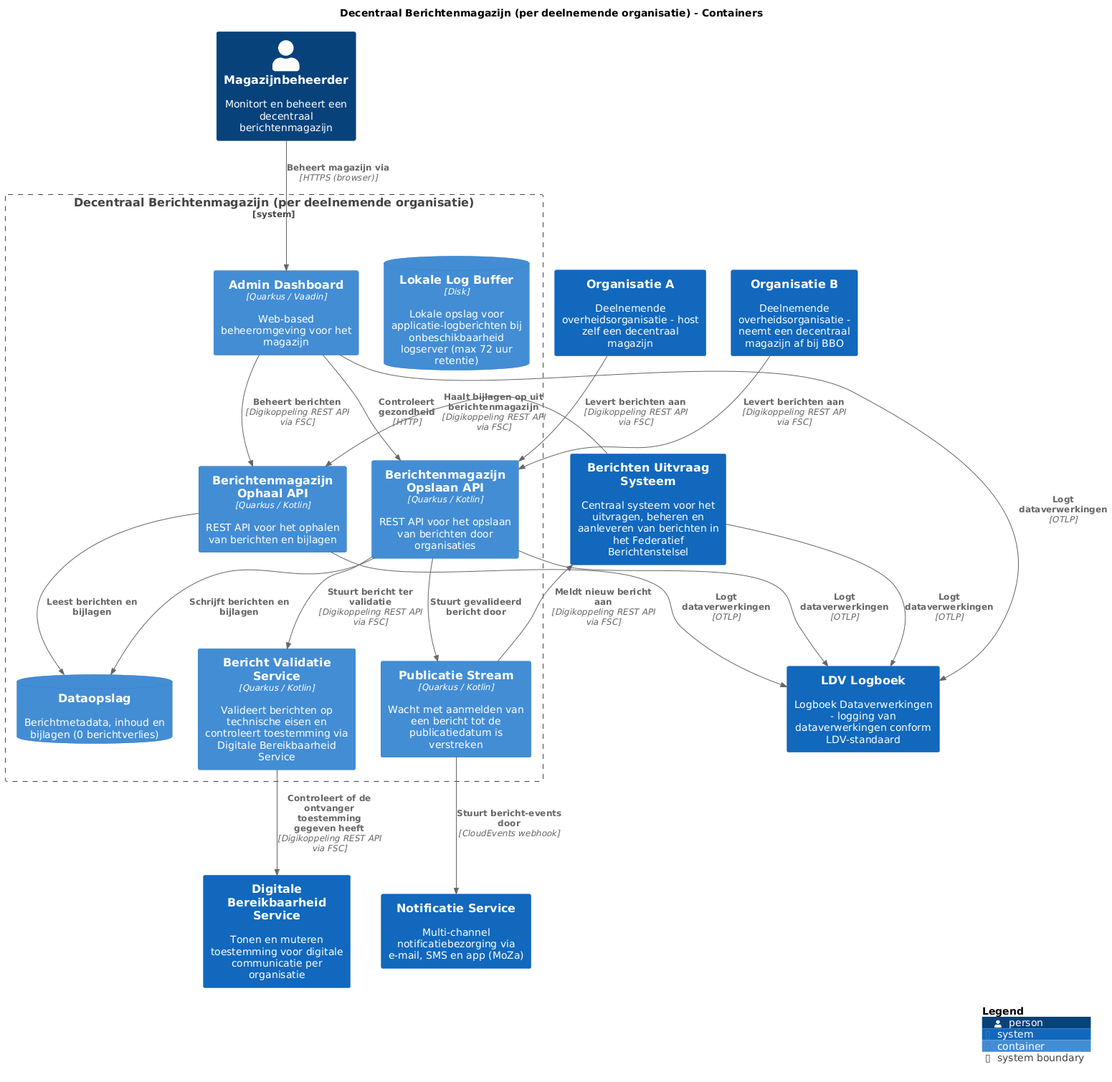
Before: pr-preview/pr-16/master/png/DecentraalMagazijnContainers.png, a diagram exported from PlantUML (MinBZK/moza-poc-fbs-berichtenbox).
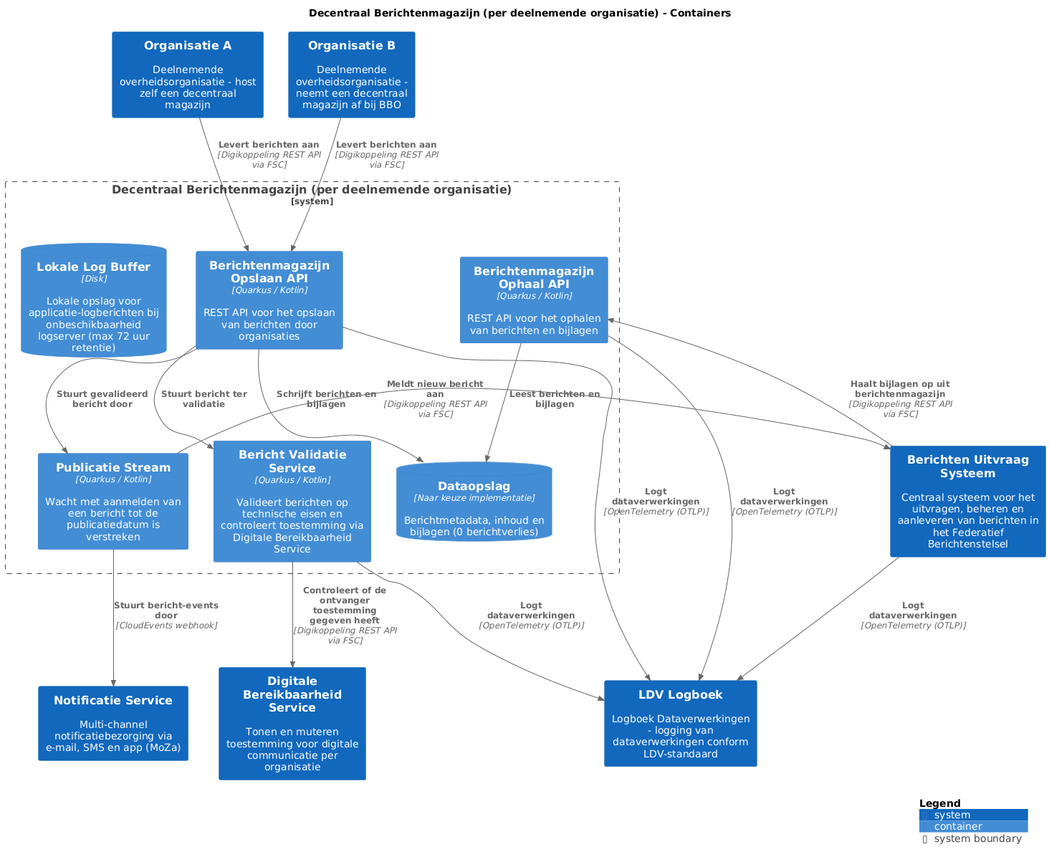
After the change.

Change to the diagram source:
```diff
@@ -8,7 +8,6 @@
 !include <C4/C4_Context>
 !include <C4/C4_Container>
 
-Person(Magazijnbeheerder, "Magazijnbeheerder", $descr="Monitort en beheert een decentraal berichtenmagazijn", $tags="", $link="")
 System(NotificatieService, "Notificatie Service", $descr="Multi-channel notificatiebezorging via e-mail, SMS en app (MoZa)", $tags="", $link="")
 System(DigitaleBereikbaarheidService, "Digitale Bereikbaarheid Service", $descr="Tonen en muteren toestemming voor digitale communicatie per organisatie", $tags="", $link="")
 System(OrganisatieA, "Organisatie A", $descr="Deelnemende overheidsorganisatie - host zelf een decentraal magazijn", $tags="", $link="")
@@ -20,29 +19,25 @@
   Container(DecentraalBerichtenmagazijnperdeelnemendeorganisatie.BerichtenmagazijnOphaalAPI, "Berichtenmagazijn Ophaal API", $techn="Quarkus / Kotlin", $descr="REST API voor het ophalen van berichten en bijlagen", $tags="", $link="")
   Container(DecentraalBerichtenmagazijnperdeelnemendeorganisatie.BerichtenmagazijnOpslaanAPI, "Berichtenmagazijn Opslaan API", $techn="Quarkus / Kotlin", $descr="REST API voor het opslaan van berichten door organisaties", $tags="", $link="")
   ContainerDb(DecentraalBerichtenmagazijnperdeelnemendeorganisatie.LokaleLogBuffer, "Lokale Log Buffer", $techn="Disk", $descr="Lokale opslag voor applicatie-logberichten bij onbeschikbaarheid logserver (max 72 uur retentie)", $tags="", $link="")
-  ContainerDb(DecentraalBerichtenmagazijnperdeelnemendeorganisatie.Dataopslag, "Dataopslag", $techn="", $descr="Berichtmetadata, inhoud en bijlagen (0 berichtverlies)", $tags="", $link="")
-  Container(DecentraalBerichtenmagazijnperdeelnemendeorganisatie.AdminDashboard, "Admin Dashboard", $techn="Quarkus / Vaadin", $descr="Web-based beheeromgeving voor het magazijn", $tags="", $link="")
+  ContainerDb(DecentraalBerichtenmagazijnperdeelnemendeorganisatie.Dataopslag, "Dataopslag", $techn="Naar keuze implementatie", $descr="Berichtmetadata, inhoud en bijlagen (0 berichtverlies)", $tags="", $link="")
   Container(DecentraalBerichtenmagazijnperdeelnemendeorganisatie.BerichtValidatieService, "Bericht Validatie Service", $techn="Quarkus / Kotlin", $descr="Valideert berichten op technische eisen en controleert toestemming via Digitale Bereikbaarheid Service", $tags="", $link="")
   Container(DecentraalBerichtenmagazijnperdeelnemendeorganisatie.PublicatieStream, "Publicatie Stream", $techn="Quarkus / Kotlin", $descr="Wacht met aanmelden van een bericht tot de publicatiedatum is verstreken", $tags="", $link="")
 }
 
-Rel(OrganisatieB, DecentraalBerichtenmagazijnperdeelnemendeorganisatie.BerichtenmagazijnOpslaanAPI, "Levert berichten aan", $techn="Digikoppeling REST API via FSC", $tags="", $link="")
-Rel(DecentraalBerichtenmagazijnperdeelnemendeorganisatie.BerichtValidatieService, DigitaleBereikbaarheidService, "Controleert of de ontvanger toestemming gegeven heeft", $techn="Digikoppeling REST API via FSC", $tags="", $link="")
-Rel(DecentraalBerichtenmagazijnperdeelnemendeorganisatie.BerichtenmagazijnOphaalAPI, LDVLogboek, "Logt dataverwerkingen", $techn="OTLP", $tags="", $link="")
-Rel(DecentraalBerichtenmagazijnperdeelnemendeorganisatie.BerichtenmagazijnOpslaanAPI, LDVLogboek, "Logt dataverwerkingen", $techn="OTLP", $tags="", $link="")
-Rel(BerichtenUitvraagSysteem, LDVLogboek, "Logt dataverwerkingen", $techn="OTLP", $tags="", $link="")
-Rel(DecentraalBerichtenmagazijnperdeelnemendeorganisatie.AdminDashboard, LDVLogboek, "Logt dataverwerkingen", $techn="OTLP", $tags="", $link="")
+Rel(DecentraalBerichtenmagazijnperdeelnemendeorganisatie.BerichtenmagazijnOpslaanAPI, LDVLogboek, "Logt dataverwerkingen", $techn="OpenTelemetry (OTLP)", $tags="", $link="")
+Rel(DecentraalBerichtenmagazijnperdeelnemendeorganisatie.BerichtValidatieService, LDVLogboek, "Logt dataverwerkingen", $techn="OpenTelemetry (OTLP)", $tags="", $link="")
+Rel(BerichtenUitvraagSysteem, LDVLogboek, "Logt dataverwerkingen", $techn="OpenTelemetry (OTLP)", $tags="", $link="")
 Rel(DecentraalBerichtenmagazijnperdeelnemendeorganisatie.BerichtenmagazijnOphaalAPI, DecentraalBerichtenmagazijnperdeelnemendeorganisatie.Dataopslag, "Leest berichten en bijlagen", $techn="", $tags="", $link="")
 Rel(DecentraalBerichtenmagazijnperdeelnemendeorganisatie.BerichtenmagazijnOpslaanAPI, DecentraalBerichtenmagazijnperdeelnemendeorganisatie.Dataopslag, "Schrijft berichten en bijlagen", $techn="", $tags="", $link="")
-Rel(DecentraalBerichtenmagazijnperdeelnemendeorganisatie.BerichtenmagazijnOpslaanAPI, DecentraalBerichtenmagazijnperdeelnemendeorganisatie.BerichtValidatieService, "Stuurt bericht ter validatie", $techn="Digikoppeling REST API via FSC", $tags="", $link="")
-Rel(DecentraalBerichtenmagazijnperdeelnemendeorganisatie.AdminDashboard, DecentraalBerichtenmagazijnperdeelnemendeorganisatie.BerichtenmagazijnOphaalAPI, "Beheert berichten", $techn="Digikoppeling REST API via FSC", $tags="", $link="")
-Rel(DecentraalBerichtenmagazijnperdeelnemendeorganisatie.AdminDashboard, DecentraalBerichtenmagazijnperdeelnemendeorganisatie.BerichtenmagazijnOpslaanAPI, "Controleert gezondheid", $techn="HTTP", $tags="", $link="")
+Rel(DecentraalBerichtenmagazijnperdeelnemendeorganisatie.BerichtenmagazijnOpslaanAPI, DecentraalBerichtenmagazijnperdeelnemendeorganisatie.BerichtValidatieService, "Stuurt bericht ter validatie", $techn="", $tags="", $link="")
 Rel(DecentraalBerichtenmagazijnperdeelnemendeorganisatie.BerichtenmagazijnOpslaanAPI, DecentraalBerichtenmagazijnperdeelnemendeorganisatie.PublicatieStream, "Stuurt gevalideerd bericht door", $techn="", $tags="", $link="")
 Rel(BerichtenUitvraagSysteem, DecentraalBerichtenmagazijnperdeelnemendeorganisatie.BerichtenmagazijnOphaalAPI, "Haalt bijlagen op uit berichtenmagazijn", $techn="Digikoppeling REST API via FSC", $tags="", $link="")
-Rel(Magazijnbeheerder, DecentraalBerichtenmagazijnperdeelnemendeorganisatie.AdminDashboard, "Beheert magazijn via", $techn="HTTPS (browser)", $tags="", $link="")
 Rel(DecentraalBerichtenmagazijnperdeelnemendeorganisatie.PublicatieStream, BerichtenUitvraagSysteem, "Meldt nieuw bericht aan", $techn="Digikoppeling REST API via FSC", $tags="", $link="")
 Rel(DecentraalBerichtenmagazijnperdeelnemendeorganisatie.PublicatieStream, NotificatieService, "Stuurt bericht-events door", $techn="CloudEvents webhook", $tags="", $link="")
 Rel(OrganisatieA, DecentraalBerichtenmagazijnperdeelnemendeorganisatie.BerichtenmagazijnOpslaanAPI, "Levert berichten aan", $techn="Digikoppeling REST API via FSC", $tags="", $link="")
+Rel(OrganisatieB, DecentraalBerichtenmagazijnperdeelnemendeorganisatie.BerichtenmagazijnOpslaanAPI, "Levert berichten aan", $techn="Digikoppeling REST API via FSC", $tags="", $link="")
+Rel(DecentraalBerichtenmagazijnperdeelnemendeorganisatie.BerichtValidatieService, DigitaleBereikbaarheidService, "Controleert of de ontvanger toestemming gegeven heeft", $techn="Digikoppeling REST API via FSC", $tags="", $link="")
+Rel(DecentraalBerichtenmagazijnperdeelnemendeorganisatie.BerichtenmagazijnOphaalAPI, LDVLogboek, "Logt dataverwerkingen", $techn="OpenTelemetry (OTLP)", $tags="", $link="")
 
 SHOW_LEGEND(true)
 @enduml
```
